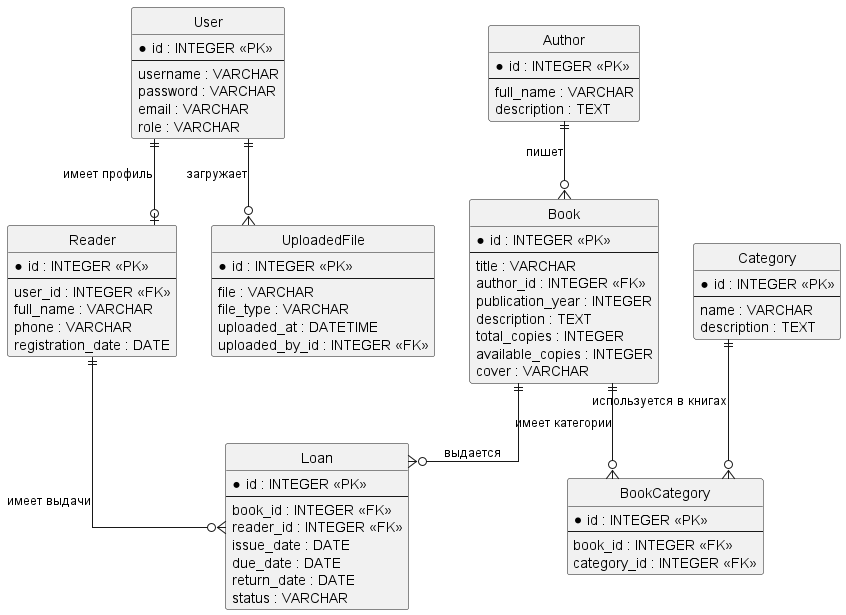
Above: report/images/er_diagram.png in Mark-Lender-241-3211/KP_WebDev_4sem (PlantUML), before the change.
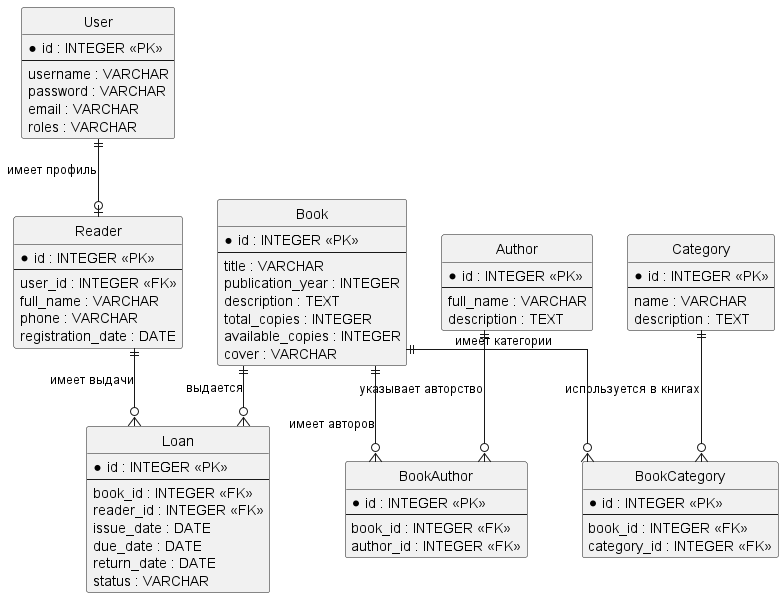
Later version of the same file.

What changed in the source:
```diff
@@ -14,7 +14,7 @@
     username : VARCHAR
     password : VARCHAR
     email : VARCHAR
-    role : VARCHAR
+    roles : VARCHAR
 }
 
 entity "Reader" as Reader {
@@ -44,12 +44,18 @@
     * id : INTEGER <<PK>>
     --
     title : VARCHAR
-    author_id : INTEGER <<FK>>
     publication_year : INTEGER
     description : TEXT
     total_copies : INTEGER
     available_copies : INTEGER
     cover : VARCHAR
+}
+
+entity "BookAuthor" as BookAuthor {
+    * id : INTEGER <<PK>>
+    --
+    book_id : INTEGER <<FK>>
+    author_id : INTEGER <<FK>>
 }
 
 entity "BookCategory" as BookCategory {
@@ -70,19 +76,10 @@
     status : VARCHAR
 }
 
-entity "UploadedFile" as UploadedFile {
-    * id : INTEGER <<PK>>
-    --
-    file : VARCHAR
-    file_type : VARCHAR
-    uploaded_at : DATETIME
-    uploaded_by_id : INTEGER <<FK>>
-}
+User ||--o| Reader : "имеет профиль"
 
-User ||--o| Reader : "имеет профиль"
-User ||--o{ UploadedFile : "загружает"
-
-Author ||--o{ Book : "пишет"
+Author ||--o{ BookAuthor : "указывает авторство"
+Book ||--o{ BookAuthor : "имеет авторов"
 
 Book ||--o{ BookCategory : "имеет категории"
 Category ||--o{ BookCategory : "используется в книгах"
```
